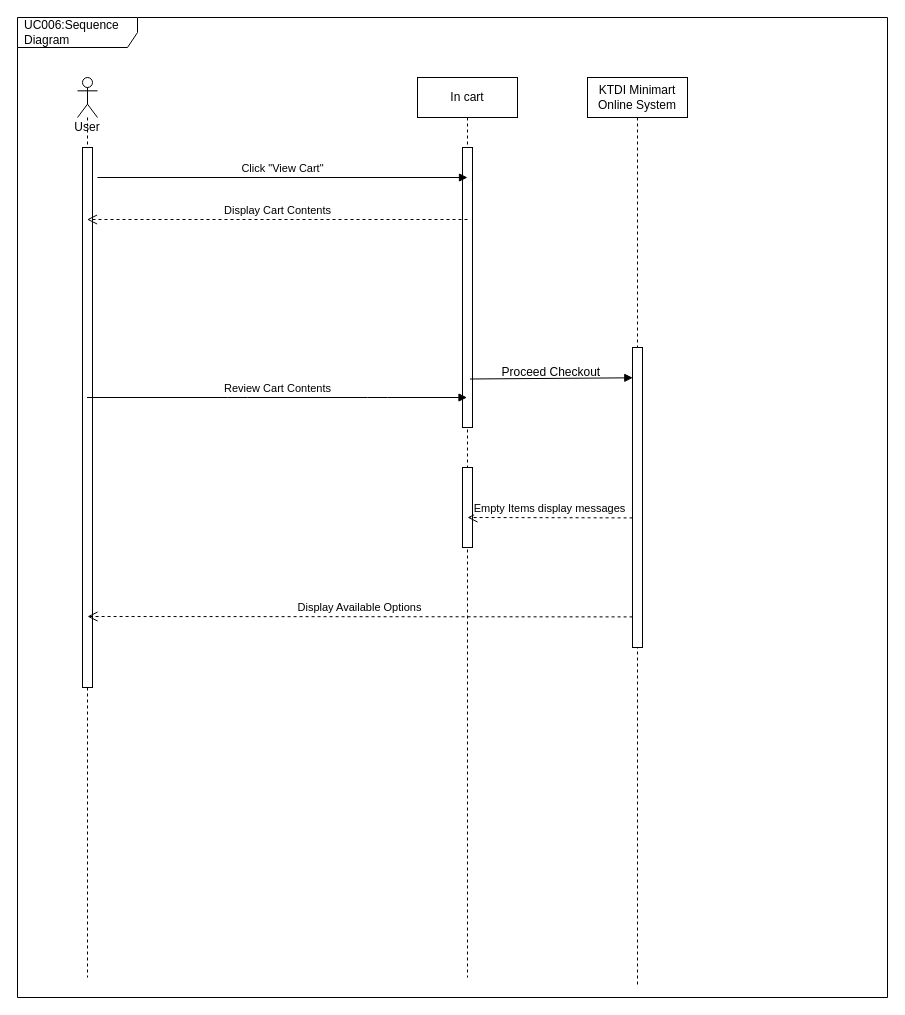
Earlier version of the draw.io diagram proposal/submission/sec02/Allen/UC006/sequence diagram.drawio (drshahizan/software-engineering). Source tidied: cells renumbered, new cells numbered last; positions are measured from the earlier drawing's top-left corner, leaving out a move shared by most shapes. Both pictures are drawn from the tidied source at 100%, with x=0, y=0 at pixel (17, 17).
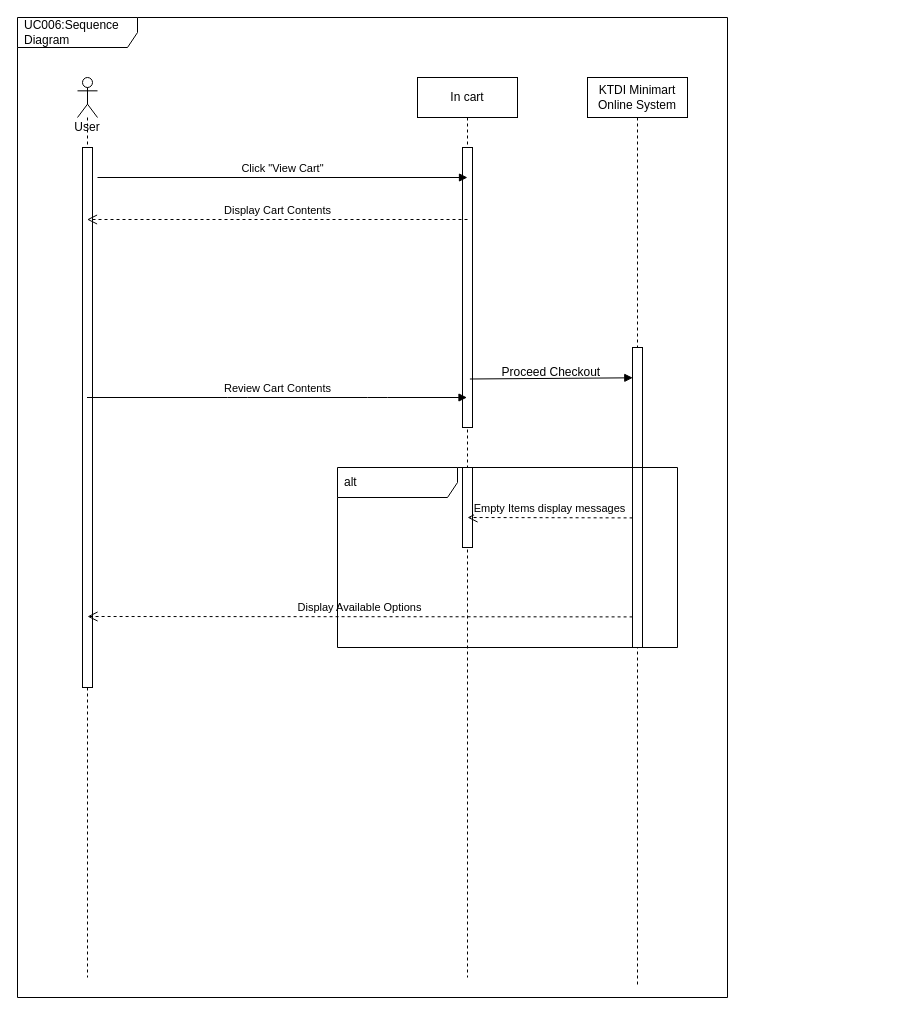
Above is the later version.

Change to the diagram source:
```diff
@@
-    <mxCell id="16" value="UC006:Sequence Diagram" style="shape=umlFrame;whiteSpace=wrap;html=1;width=120;height=30;boundedLbl=1;verticalAlign=middle;align=left;spacingLeft=5;" parent="1" vertex="1">
-      <mxGeometry width="870" height="980" as="geometry" />
+    <mxCell id="16" value="alt" style="shape=umlFrame;whiteSpace=wrap;html=1;width=120;height=30;boundedLbl=1;verticalAlign=middle;align=left;spacingLeft=5;" parent="1" vertex="1">
+      <mxGeometry x="320" y="450" width="340" height="180" as="geometry" />
     </mxCell>
+    <mxCell id="17" value="UC006:Sequence Diagram" style="shape=umlFrame;whiteSpace=wrap;html=1;width=120;height=30;boundedLbl=1;verticalAlign=middle;align=left;spacingLeft=5;" parent="1" vertex="1">
+      <mxGeometry width="710" height="980" as="geometry" />
+    </mxCell>
```
